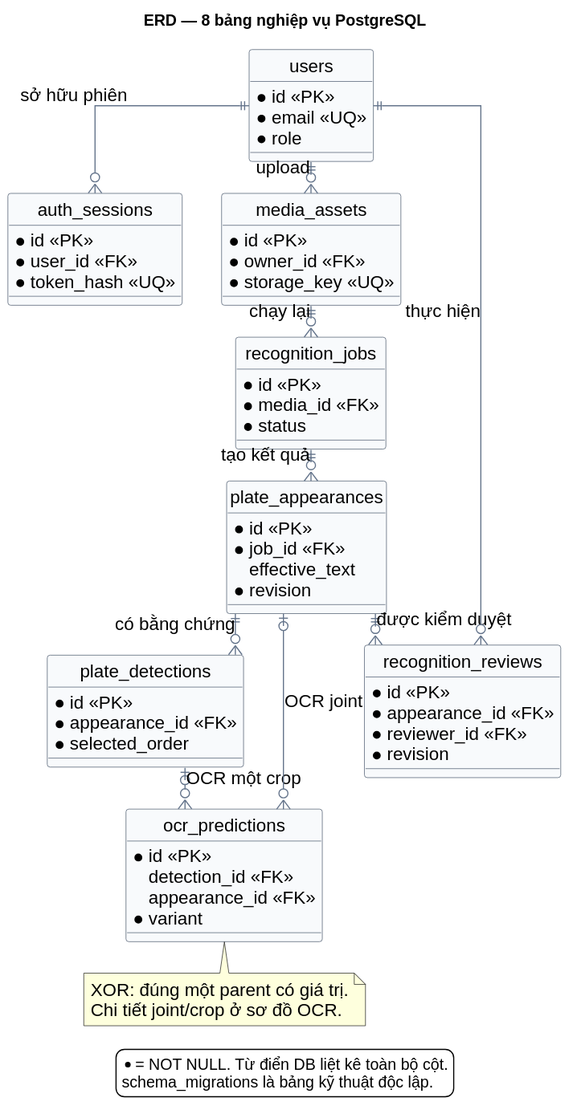
Above: docs/analysis/diagrams/12-erd.svg in Oszumeiii/Vehicle_Tracking_BE (PlantUML), before the change. Its diagram source:
```plantuml
@startuml
skinparam defaultFontName Arial
skinparam defaultFontSize 16
skinparam backgroundColor white
skinparam shadowing false
skinparam linetype ortho
skinparam nodesep 35
skinparam ranksep 28
skinparam classBackgroundColor #F8FAFC
skinparam classBorderColor #475569
skinparam ArrowColor #64748B
hide circle
title ERD — 8 bảng nghiệp vụ PostgreSQL

entity "users" as users {
  * id <<PK>>
  * email <<UQ>>
  * role
}
entity "auth_sessions" as sessions {
  * id <<PK>>
  * user_id <<FK>>
  * token_hash <<UQ>>
}
entity "media_assets" as media {
  * id <<PK>>
  * owner_id <<FK>>
  * storage_key <<UQ>>
}
entity "recognition_jobs" as jobs {
  * id <<PK>>
  * media_id <<FK>>
  * status
}
entity "plate_appearances" as appearances {
  * id <<PK>>
  * job_id <<FK>>
  effective_text
  * revision
}
entity "plate_detections" as detections {
  * id <<PK>>
  * appearance_id <<FK>>
  * selected_order
}
entity "ocr_predictions" as predictions {
  * id <<PK>>
  detection_id <<FK>>
  appearance_id <<FK>>
  * variant
}
entity "recognition_reviews" as reviews {
  * id <<PK>>
  * appearance_id <<FK>>
  * reviewer_id <<FK>>
  * revision
}

users ||--o{ sessions : sở hữu phiên
users ||--o{ media : upload
media ||--o{ jobs : chạy lại
jobs ||--o{ appearances : tạo kết quả
appearances ||--o{ detections : có bằng chứng
appearances ||--o{ reviews : được kiểm duyệt
users ||--o{ reviews : thực hiện
detections |o--o{ predictions : OCR một crop
appearances |o--o{ predictions : OCR joint

note bottom of predictions
  XOR: đúng một parent có giá trị.
  Chi tiết joint/crop ở sơ đồ OCR.
end note
legend bottom
  * = NOT NULL. Từ điển DB liệt kê toàn bộ cột.
  schema_migrations là bảng kỹ thuật độc lập.
endlegend
@enduml
```
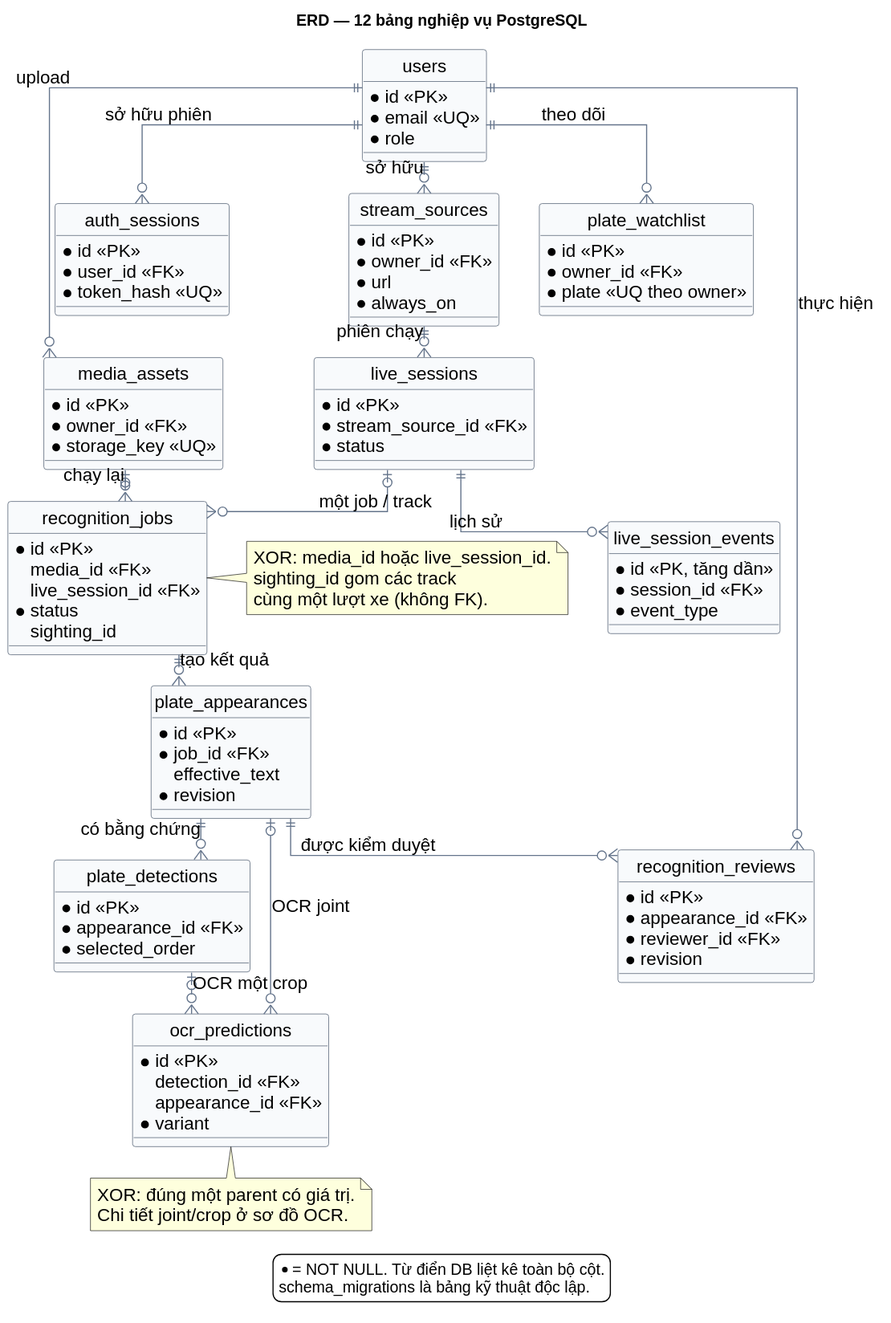
After the commit.

What changed in the source:
```diff
@@ -10,7 +10,7 @@
 skinparam classBorderColor #475569
 skinparam ArrowColor #64748B
 hide circle
-title ERD — 8 bảng nghiệp vụ PostgreSQL
+title ERD — 12 bảng nghiệp vụ PostgreSQL
 
 entity "users" as users {
   * id <<PK>>
@@ -29,8 +29,31 @@
 }
 entity "recognition_jobs" as jobs {
   * id <<PK>>
-  * media_id <<FK>>
+  media_id <<FK>>
+  live_session_id <<FK>>
   * status
+  sighting_id
+}
+entity "stream_sources" as cameras {
+  * id <<PK>>
+  * owner_id <<FK>>
+  * url
+  * always_on
+}
+entity "live_sessions" as live {
+  * id <<PK>>
+  * stream_source_id <<FK>>
+  * status
+}
+entity "live_session_events" as events {
+  * id <<PK, tăng dần>>
+  * session_id <<FK>>
+  * event_type
+}
+entity "plate_watchlist" as watchlist {
+  * id <<PK>>
+  * owner_id <<FK>>
+  * plate <<UQ theo owner>>
 }
 entity "plate_appearances" as appearances {
   * id <<PK>>
@@ -58,7 +81,12 @@
 
 users ||--o{ sessions : sở hữu phiên
 users ||--o{ media : upload
-media ||--o{ jobs : chạy lại
+media |o--o{ jobs : chạy lại
+users ||--o{ cameras : sở hữu
+cameras ||--o{ live : phiên chạy
+live ||--o{ events : lịch sử
+live |o--o{ jobs : một job / track
+users ||--o{ watchlist : theo dõi
 jobs ||--o{ appearances : tạo kết quả
 appearances ||--o{ detections : có bằng chứng
 appearances ||--o{ reviews : được kiểm duyệt
@@ -70,6 +98,11 @@
   XOR: đúng một parent có giá trị.
   Chi tiết joint/crop ở sơ đồ OCR.
 end note
+note right of jobs
+  XOR: media_id hoặc live_session_id.
+  sighting_id gom các track
+  cùng một lượt xe (không FK).
+end note
 legend bottom
   * = NOT NULL. Từ điển DB liệt kê toàn bộ cột.
   schema_migrations là bảng kỹ thuật độc lập.
```
